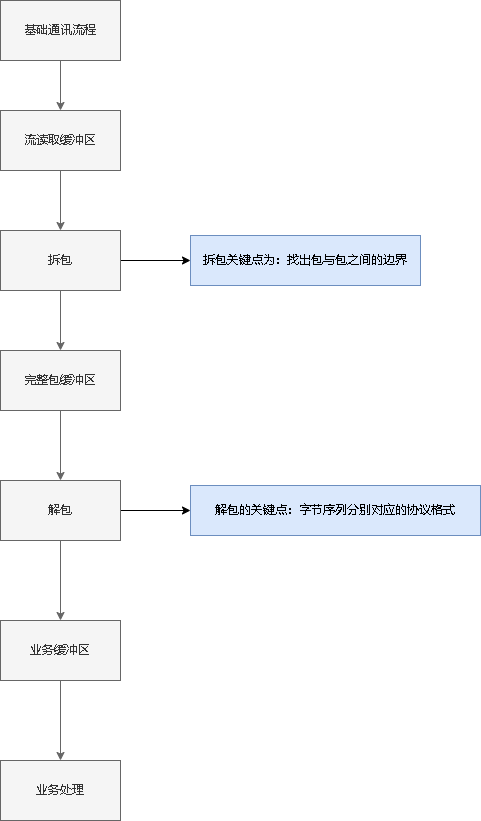
Above: cgo8_通讯设计.drawio.png in xktder/draw (draw.io), before the change. Source tidied: cells renumbered, new cells last; positions are measured from the earlier drawing's top-left corner, leaving out a move shared by most shapes.
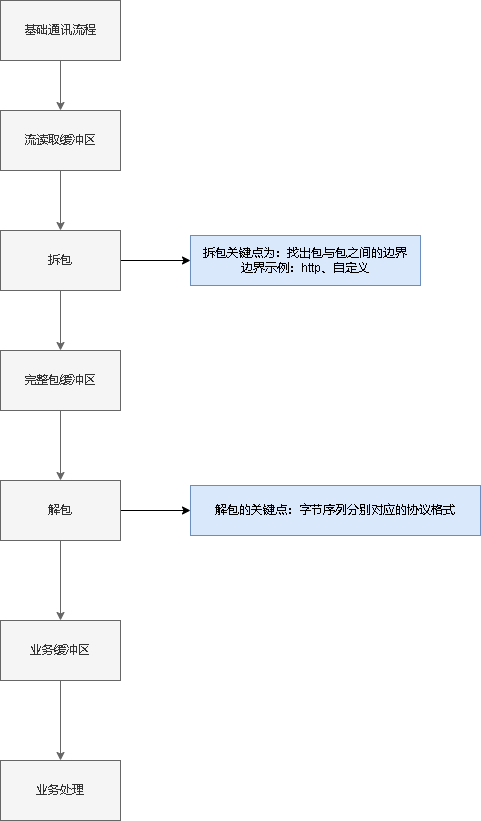
The same file after the commit.

Commit message:
更新cgo8_通讯设计.drawio.png

Change to the diagram source:
```diff
@@ -38,7 +38,7 @@
     <mxCell id="13" value="解包" style="whiteSpace=wrap;html=1;rounded=0;fillColor=#f5f5f5;fontColor=#333333;strokeColor=#666666;" parent="1" vertex="1">
       <mxGeometry y="480" width="120" height="60" as="geometry" />
     </mxCell>
-    <mxCell id="14" value="拆包关键点为：找出包与包之间的边界" style="whiteSpace=wrap;html=1;rounded=0;fillColor=#dae8fc;strokeColor=#6c8ebf;" parent="1" vertex="1">
+    <mxCell id="14" value="拆包关键点为：找出包与包之间的边界&lt;br&gt;边界示例：http、自定义" style="whiteSpace=wrap;html=1;rounded=0;fillColor=#dae8fc;strokeColor=#6c8ebf;" parent="1" vertex="1">
       <mxGeometry x="190" y="235" width="230" height="50" as="geometry" />
     </mxCell>
     <mxCell id="15" style="edgeStyle=orthogonalEdgeStyle;rounded=0;jettySize=auto;html=1;fillColor=#f5f5f5;strokeColor=#666666;" parent="1" edge="1" source="16" target="17">
```
